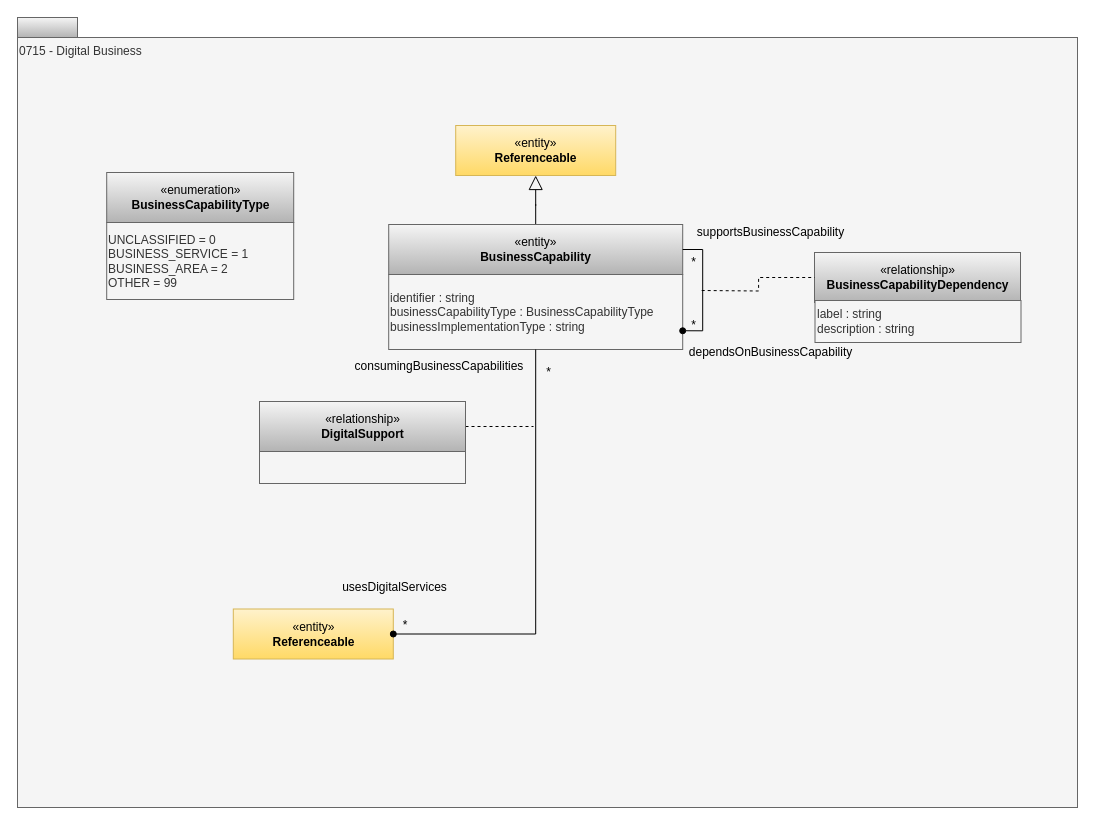
The draw.io diagram page "0715-Digital-Business" (5 of 18) of site/docs/types/7/area-7-lineage.drawio in odpi/egeria-docs, before the edit. Source tidied: cells renumbered, new cells numbered last; positions are measured from the earlier drawing's top-left corner, leaving out a move shared by most shapes. Both pictures are drawn from the tidied source at 100%, with x=0, y=0 at pixel (17, 17).
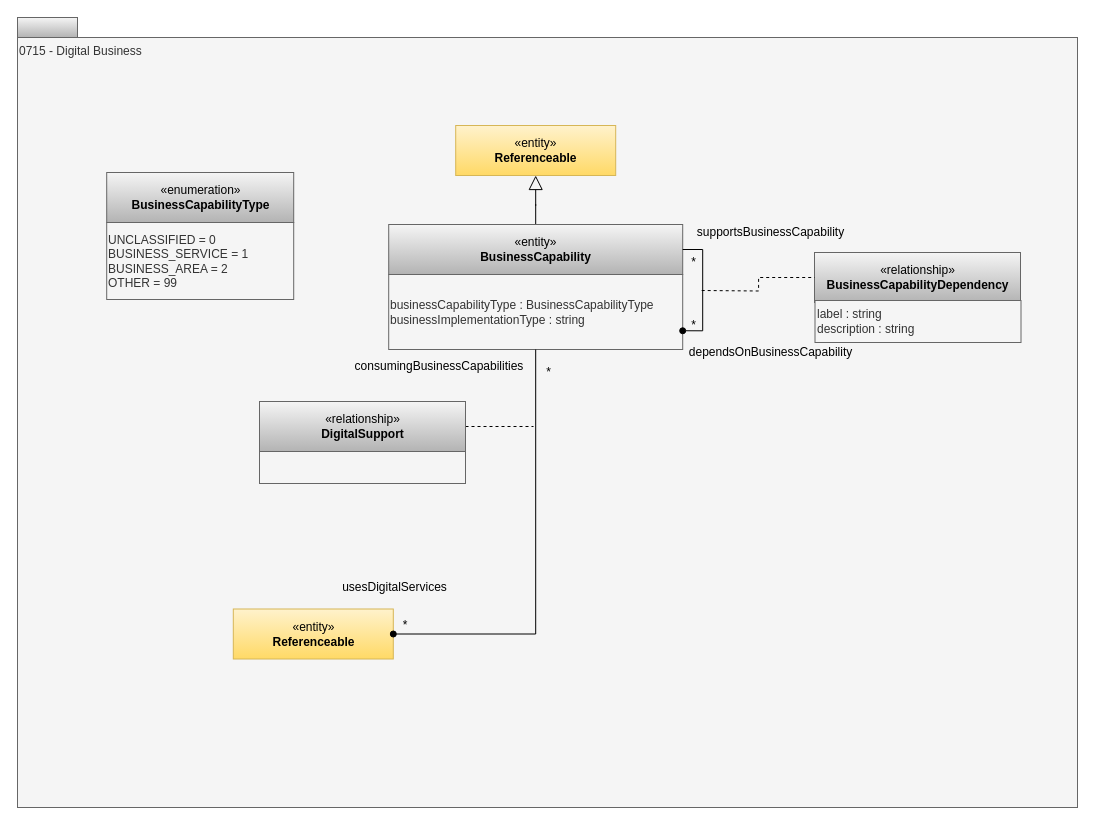
After the change.

Diff of the diagram source:
```diff
@@
-    <mxCell id="7" value="identifier : string&lt;br&gt;businessCapabilityType : BusinessCapabilityType&lt;br&gt;businessImplementationType : string" style="rounded=0;whiteSpace=wrap;html=1;strokeColor=#666666;align=left;fillColor=#f5f5f5;fontColor=#333333;" parent="1" vertex="1">
+    <mxCell id="7" value="businessCapabilityType : BusinessCapabilityType&lt;br&gt;businessImplementationType : string" style="rounded=0;whiteSpace=wrap;html=1;strokeColor=#666666;align=left;fillColor=#f5f5f5;fontColor=#333333;" parent="1" vertex="1">
       <mxGeometry x="371.2" y="257" width="294" height="75" as="geometry" />
     </mxCell>
```
